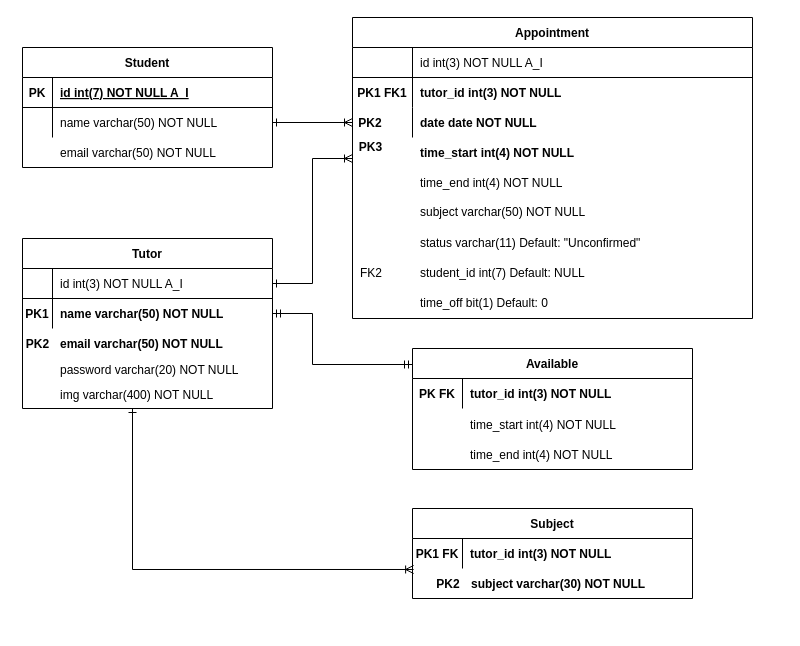
The draw.io diagram public_html/info/AppointmentSchema.drawio in Shaunathanz/Scheduler, before the edit. Source tidied: cells renumbered, new cells numbered last; positions are measured from the earlier drawing's top-left corner, leaving out a move shared by most shapes. Both pictures are drawn from the tidied source at 100%, with x=0, y=0 at pixel (17, 17).
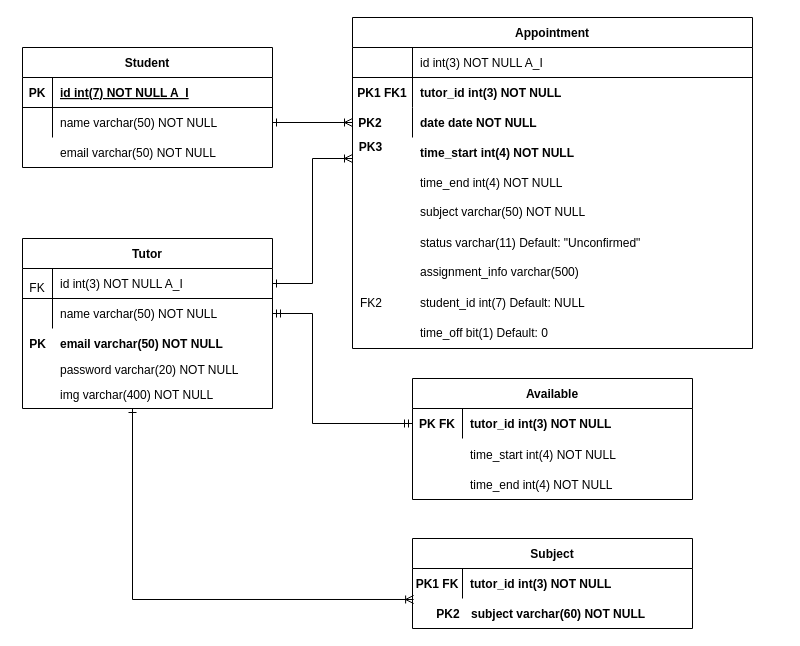
After the change.

The change refers to these unchanged cells:
```xml
<mxCell id="17" style="shape=partialRectangle;fillColor=none;points=[[0,0.5],[1,0.5]];portConstraint=eastwest;top=0;left=0;right=0;bottom=0;" parent="13" vertex="1">
  <mxGeometry y="60" width="250" height="30" as="geometry" />
</mxCell>
<mxCell id="31" style="shape=partialRectangle;fillColor=none;points=[[0,0.5],[1,0.5]];portConstraint=eastwest;top=0;left=0;right=0;bottom=0;" parent="30" vertex="1">
  <mxGeometry y="30" width="280" height="30" as="geometry" />
</mxCell>
<mxCell id="45" style="shape=partialRectangle;fillColor=none;points=[[0,0.5],[1,0.5]];portConstraint=eastwest;top=0;left=0;right=0;bottom=0;" parent="44" vertex="1">
  <mxGeometry y="30" width="280" height="30" as="geometry" />
</mxCell>
```

What changed in the source:
```diff
@@
     <mxCell id="2" value="Appointment" style="shape=table;startSize=30;childLayout=tableLayout;rowLines=0;fontStyle=1;align=center;" parent="1" vertex="1">
-      <mxGeometry x="335" width="400" height="301" as="geometry" />
+      <mxGeometry x="335" width="400" height="331" as="geometry" />
     </mxCell>
@@
     <mxCell id="12" style="edgeStyle=orthogonalEdgeStyle;rounded=0;jettySize=auto;html=1;endArrow=ERoneToMany;endFill=0;startArrow=ERone;startFill=0;entryX=0.004;entryY=1.033;entryDx=0;entryDy=0;entryPerimeter=0;" parent="1" edge="1" target="45">
       <mxGeometry relative="1" as="geometry">
         <mxPoint x="115" y="391" as="sourcePoint" />
         <Array as="points">
-          <mxPoint x="115" y="552" />
+          <mxPoint x="115" y="582" />
         </Array>
       </mxGeometry>
     </mxCell>
@@
-    <mxCell id="18" value="PK1" style="shape=partialRectangle;overflow=hidden;fillColor=none;top=0;left=0;bottom=0;right=0;fontStyle=1;" parent="17" vertex="1">
+    <mxCell id="18" style="shape=partialRectangle;overflow=hidden;fillColor=none;top=0;left=0;bottom=0;right=0;fontStyle=1;" parent="17" vertex="1">
       <mxGeometry width="30" height="30" as="geometry" />
     </mxCell>
-    <mxCell id="19" value="name varchar(50) NOT NULL" style="shape=partialRectangle;overflow=hidden;fillColor=none;top=0;left=0;bottom=0;right=0;align=left;spacingLeft=6;fontStyle=1;" parent="17" vertex="1">
+    <mxCell id="19" value="name varchar(50) NOT NULL" style="shape=partialRectangle;overflow=hidden;fillColor=none;top=0;left=0;bottom=0;right=0;align=left;spacingLeft=6;fontStyle=0;" parent="17" vertex="1">
       <mxGeometry x="30" width="220" height="30" as="geometry" />
     </mxCell>
@@
     <mxCell id="30" value="Available" style="shape=table;startSize=30;childLayout=tableLayout;rowLines=0;fontStyle=1;align=center;" parent="1" vertex="1">
-      <mxGeometry x="395" y="331" width="280" height="121" as="geometry" />
+      <mxGeometry x="395" y="361" width="280" height="121" as="geometry" />
     </mxCell>
@@
     <mxCell id="34" style="shape=partialRectangle;fillColor=none;top=0;left=0;right=0;bottom=0;" parent="1" vertex="1">
-      <mxGeometry x="415" y="392" width="250" height="30" as="geometry" />
+      <mxGeometry x="415" y="422" width="250" height="30" as="geometry" />
     </mxCell>
@@
     <mxCell id="37" style="shape=partialRectangle;fillColor=none;top=0;left=0;right=0;bottom=0;" parent="1" vertex="1">
-      <mxGeometry x="415" y="422" width="250" height="30" as="geometry" />
+      <mxGeometry x="415" y="452" width="250" height="30" as="geometry" />
     </mxCell>
@@
     <mxCell id="42" value="student_id int(7) Default: NULL" style="shape=partialRectangle;overflow=hidden;fillColor=none;top=0;left=0;bottom=0;right=0;align=left;spacingLeft=6;" parent="1" vertex="1">
-      <mxGeometry x="395" y="240" width="220" height="30" as="geometry" />
+      <mxGeometry x="395" y="270" width="220" height="30" as="geometry" />
     </mxCell>
     <mxCell id="43" value="FK2" style="shape=partialRectangle;overflow=hidden;fillColor=none;top=0;left=0;bottom=0;right=0;" parent="1" vertex="1">
-      <mxGeometry x="339" y="240" width="30" height="30" as="geometry" />
+      <mxGeometry x="339" y="270" width="30" height="30" as="geometry" />
     </mxCell>
     <mxCell id="44" value="Subject" style="shape=table;startSize=30;childLayout=tableLayout;rowLines=0;fontStyle=1;align=center;" parent="1" vertex="1">
-      <mxGeometry x="395" y="491" width="280" height="90" as="geometry" />
+      <mxGeometry x="395" y="521" width="280" height="90" as="geometry" />
     </mxCell>
@@
     <mxCell id="48" style="shape=partialRectangle;fillColor=none;top=0;left=0;right=0;bottom=0;fontStyle=1;" parent="1" vertex="1">
-      <mxGeometry x="416" y="551" width="250" height="30" as="geometry" />
+      <mxGeometry x="416" y="581" width="250" height="30" as="geometry" />
     </mxCell>
@@
-    <mxCell id="50" value="subject varchar(30) NOT NULL" style="shape=partialRectangle;overflow=hidden;fillColor=none;top=0;left=0;bottom=0;right=0;align=left;spacingLeft=6;fontStyle=1;" parent="48" vertex="1">
+    <mxCell id="50" value="subject varchar(60) NOT NULL" style="shape=partialRectangle;overflow=hidden;fillColor=none;top=0;left=0;bottom=0;right=0;align=left;spacingLeft=6;fontStyle=1;" parent="48" vertex="1">
       <mxGeometry x="30" width="220" height="30" as="geometry" />
     </mxCell>
-    <mxCell id="51" style="edgeStyle=orthogonalEdgeStyle;rounded=0;jettySize=auto;html=1;exitX=1;exitY=0.5;exitDx=0;exitDy=0;startArrow=ERmandOne;startFill=0;endArrow=ERmandOne;endFill=0;" parent="1" edge="1" source="17">
+    <mxCell id="51" style="edgeStyle=orthogonalEdgeStyle;rounded=0;jettySize=auto;html=1;exitX=1;exitY=0.5;exitDx=0;exitDy=0;startArrow=ERmandOne;startFill=0;endArrow=ERmandOne;endFill=0;entryX=0;entryY=0.5;entryDx=0;entryDy=0;" parent="1" edge="1" source="17" target="31">
       <mxGeometry relative="1" as="geometry">
-        <mxPoint x="395" y="347" as="targetPoint" />
         <Array as="points">
           <mxPoint x="295" y="296" />
-          <mxPoint x="295" y="347" />
+          <mxPoint x="295" y="406" />
         </Array>
       </mxGeometry>
     </mxCell>
@@
     <mxCell id="55" value="time_off bit(1) Default: 0" style="shape=partialRectangle;overflow=hidden;fillColor=none;top=0;left=0;bottom=0;right=0;align=left;spacingLeft=6;" parent="1" vertex="1">
-      <mxGeometry x="395" y="270" width="220" height="30" as="geometry" />
+      <mxGeometry x="395" y="300" width="220" height="30" as="geometry" />
     </mxCell>
@@
-    <mxCell id="58" value="&lt;b&gt;PK2&lt;/b&gt;" style="text;html=1;align=center;verticalAlign=middle;" parent="1" vertex="1">
-      <mxGeometry y="317" width="40" height="20" as="geometry" />
+    <mxCell id="58" value="&lt;b&gt;PK&lt;/b&gt;" style="text;html=1;align=center;verticalAlign=middle;" parent="1" vertex="1">
+      <mxGeometry x="5" y="317" width="30" height="20" as="geometry" />
     </mxCell>
@@
+    <mxCell id="61" value="assignment_info varchar(500)" style="shape=partialRectangle;overflow=hidden;fillColor=none;top=0;left=0;bottom=0;right=0;align=left;spacingLeft=6;" parent="1" vertex="1">
+      <mxGeometry x="395" y="239" width="370" height="30" as="geometry" />
+    </mxCell>
+    <mxCell id="62" value="FK" style="text;html=1;strokeColor=none;fillColor=none;align=center;verticalAlign=middle;whiteSpace=wrap;rounded=0;" parent="1" vertex="1">
+      <mxGeometry y="261" width="40" height="20" as="geometry" />
+    </mxCell>
```
